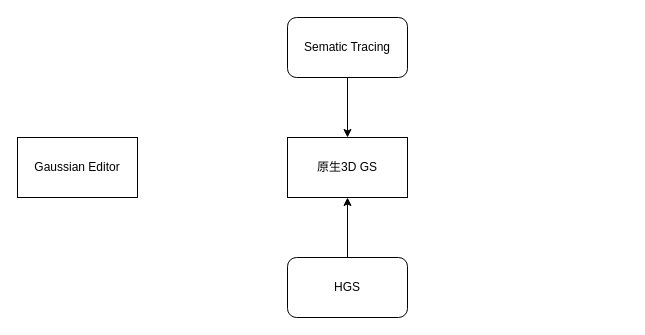
Above: Essay/mindmap/Gaussian Editor.drawio in CoderColder2001/StudyingRecord (draw.io), before the change. Source tidied: cells renumbered, new cells numbered last; positions are measured from the earlier drawing's top-left corner, leaving out a move shared by most shapes. Both pictures are drawn from the tidied source at 100%, with x=0, y=0 at pixel (17, 17).
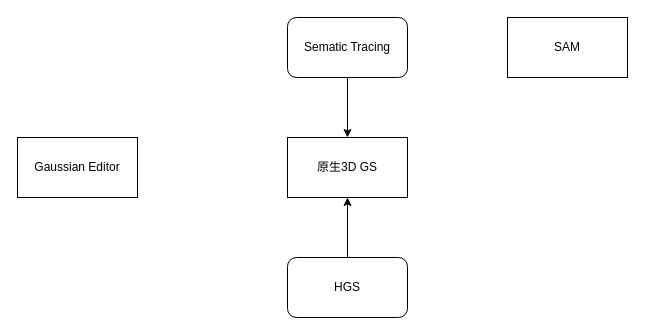
The same page after the edit.

Change to the diagram source:
```diff
@@
 <mxGraphModel>
   <root>
     <mxCell id="0" />
     <mxCell id="1" parent="0" />
     <mxCell id="2" value="Gaussian Editor" style="rounded=0;whiteSpace=wrap;html=1;" parent="1" vertex="1">
       <mxGeometry y="120" width="120" height="60" as="geometry" />
     </mxCell>
     <mxCell id="3" value="原生3D GS" style="rounded=0;whiteSpace=wrap;html=1;" parent="1" vertex="1">
       <mxGeometry x="270" y="120" width="120" height="60" as="geometry" />
     </mxCell>
     <mxCell id="4" style="edgeStyle=orthogonalEdgeStyle;rounded=0;jettySize=auto;html=1;exitX=0.5;exitY=0;exitDx=0;exitDy=0;entryX=0.5;entryY=1;entryDx=0;entryDy=0;" parent="1" edge="1" source="5" target="3">
       <mxGeometry relative="1" as="geometry" />
     </mxCell>
     <mxCell id="5" value="HGS" style="rounded=1;whiteSpace=wrap;html=1;" parent="1" vertex="1">
       <mxGeometry x="270" y="240" width="120" height="60" as="geometry" />
     </mxCell>
     <mxCell id="6" style="edgeStyle=orthogonalEdgeStyle;rounded=0;jettySize=auto;html=1;exitX=0.5;exitY=1;exitDx=0;exitDy=0;" parent="1" edge="1" source="7" target="3">
       <mxGeometry relative="1" as="geometry" />
     </mxCell>
     <mxCell id="7" value="Sematic Tracing" style="rounded=1;whiteSpace=wrap;html=1;" parent="1" vertex="1">
       <mxGeometry x="270" width="120" height="60" as="geometry" />
     </mxCell>
+    <mxCell id="8" value="SAM" style="rounded=0;whiteSpace=wrap;html=1;" parent="1" vertex="1">
+      <mxGeometry x="490" width="120" height="60" as="geometry" />
+    </mxCell>
   </root>
 </mxGraphModel>
```
